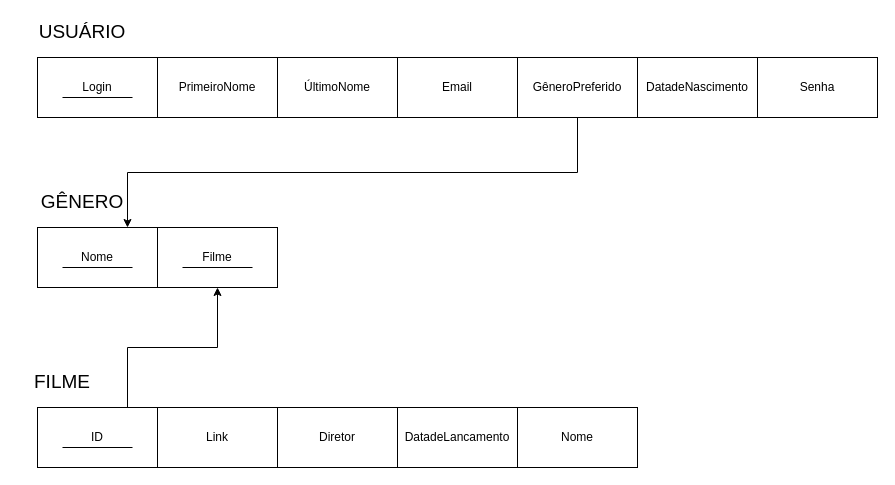
Earlier version of the draw.io diagram Untitled Diagram.drawio (AccFerreira/Banco-de-Dados). Source tidied: cells renumbered, new cells numbered last; positions are measured from the earlier drawing's top-left corner, leaving out a move shared by most shapes. Both pictures are drawn from the tidied source at 100%, with x=0, y=0 at pixel (17, 17).
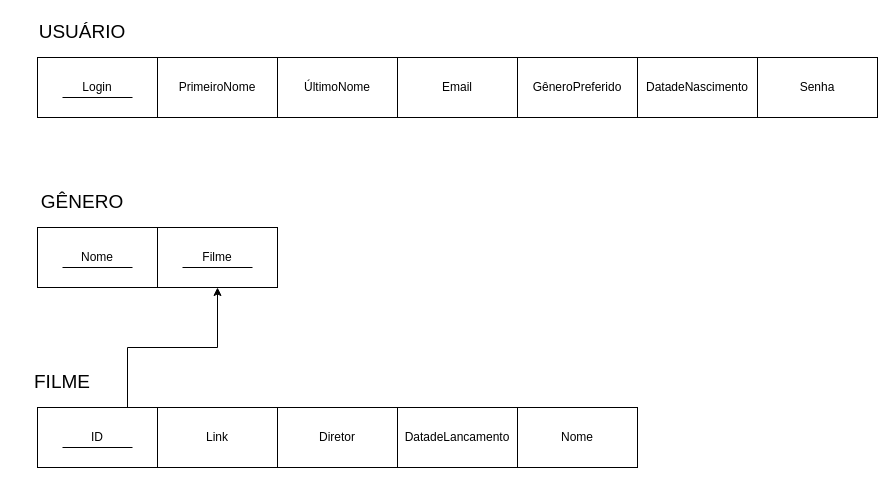
The same diagram, later.

Unchanged cells that the change refers to:
```xml
<mxCell id="7" value="GêneroPreferido" style="rounded=0;whiteSpace=wrap;html=1;" parent="1" vertex="1">
  <mxGeometry x="500" y="40" width="120" height="60" as="geometry" />
</mxCell>
<mxCell id="12" value="Nome" style="rounded=0;whiteSpace=wrap;html=1;" parent="1" vertex="1">
  <mxGeometry x="20" y="210" width="120" height="60" as="geometry" />
</mxCell>
```

The edit, as a diff of the source:
```diff
@@
-    <mxCell id="6" style="edgeStyle=orthogonalEdgeStyle;rounded=0;jettySize=auto;html=1;exitX=0.5;exitY=1;exitDx=0;exitDy=0;entryX=0.75;entryY=0;entryDx=0;entryDy=0;" parent="1" edge="1" source="7" target="12">
-      <mxGeometry relative="1" as="geometry" />
-    </mxCell>
```
